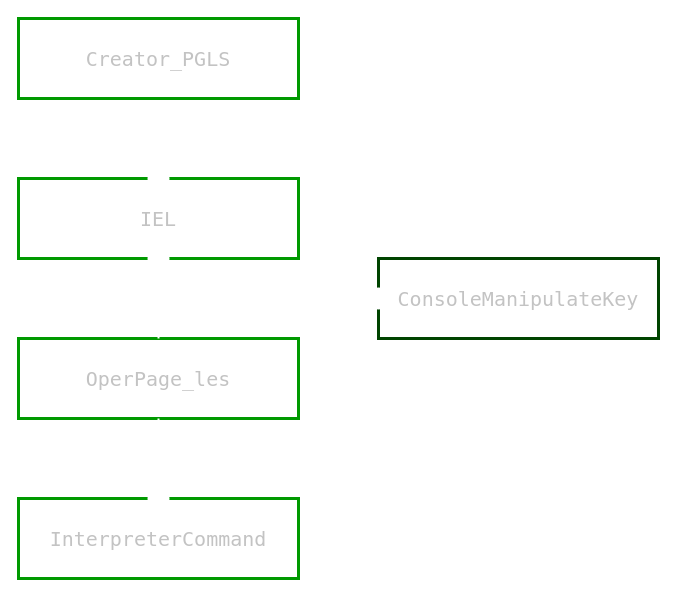
Earlier version of the draw.io diagram page "Иерархия ссылок" (3 of 3) of OtherFiles/Charts/OperPage_les.drawio (Lisyaka46/OperPageLes). Source tidied: cells renumbered, new cells numbered last; positions are measured from the earlier drawing's top-left corner, leaving out a move shared by most shapes. Both pictures are drawn from the tidied source at 100%, with x=0, y=0 at pixel (18, 18).
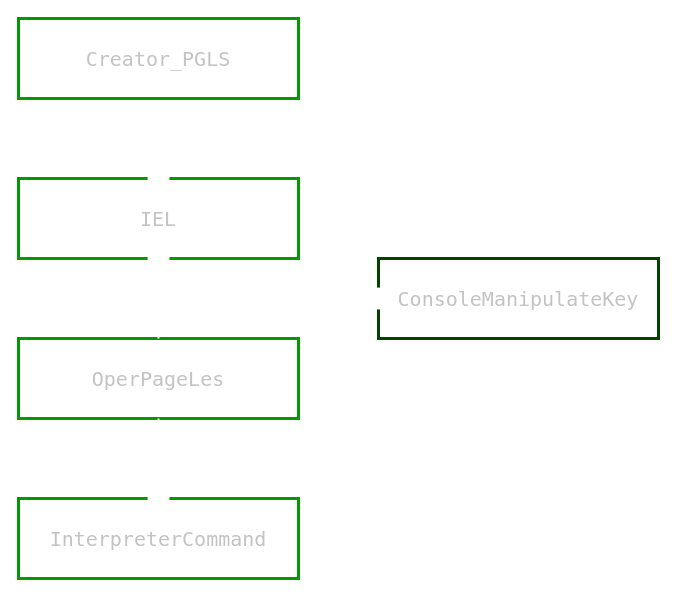
The same diagram, later.

Change to the diagram source:
```diff
@@
 <mxGraphModel>
   <root>
     <mxCell id="0" />
     <mxCell id="1" parent="0" />
     <mxCell id="2" style="edgeStyle=orthogonalEdgeStyle;shape=connector;rounded=1;jettySize=auto;html=1;strokeColor=#FFFFFF;strokeWidth=2;align=center;verticalAlign=middle;fontFamily=Helvetica;fontSize=11;fontColor=none;labelBackgroundColor=default;startArrow=none;startFill=0;startSize=20;endArrow=oval;endFill=1;endSize=20;flowAnimation=0;" parent="1" edge="1" source="3" target="4">
       <mxGeometry relative="1" as="geometry" />
     </mxCell>
-    <mxCell id="3" value="OperPage_les" style="rounded=1;whiteSpace=wrap;fontSize=20;fontColor=#C3C3C3;fontFamily=Lucida Console;strokeWidth=3;arcSize=0;strokeColor=#009900;" parent="1" vertex="1">
+    <mxCell id="3" value="OperPageLes" style="rounded=1;whiteSpace=wrap;fontSize=20;fontColor=#C3C3C3;fontFamily=Lucida Console;strokeWidth=3;arcSize=0;strokeColor=#009900;" parent="1" vertex="1">
       <mxGeometry y="320" width="280" height="80" as="geometry" />
     </mxCell>
     <mxCell id="4" value="ConsoleManipulateKey" style="rounded=1;whiteSpace=wrap;fontSize=20;fontColor=#C3C3C3;fontFamily=Lucida Console;strokeWidth=3;arcSize=0;strokeColor=#004400;" parent="1" vertex="1">
       <mxGeometry x="360" y="240" width="280" height="80" as="geometry" />
     </mxCell>
     <mxCell id="5" style="edgeStyle=orthogonalEdgeStyle;shape=connector;rounded=1;jettySize=auto;html=1;strokeColor=#FFFFFF;strokeWidth=2;align=center;verticalAlign=middle;fontFamily=Helvetica;fontSize=11;fontColor=none;labelBackgroundColor=default;startArrow=none;startFill=0;startSize=20;endArrow=oval;endFill=1;endSize=20;flowAnimation=0;" parent="1" edge="1" source="6" target="4">
       <mxGeometry relative="1" as="geometry" />
     </mxCell>
     <mxCell id="6" value="IEL" style="rounded=1;whiteSpace=wrap;fontSize=20;fontColor=#C3C3C3;fontFamily=Lucida Console;strokeWidth=3;arcSize=0;strokeColor=#009900;" parent="1" vertex="1">
       <mxGeometry y="160" width="280" height="80" as="geometry" />
     </mxCell>
     <mxCell id="7" style="edgeStyle=orthogonalEdgeStyle;shape=connector;rounded=1;jettySize=auto;html=1;strokeColor=#FFFFFF;strokeWidth=2;align=center;verticalAlign=middle;fontFamily=Helvetica;fontSize=11;fontColor=none;labelBackgroundColor=default;startArrow=none;startFill=0;startSize=20;endArrow=oval;endFill=1;endSize=20;flowAnimation=0;" parent="1" edge="1" source="8" target="6">
       <mxGeometry relative="1" as="geometry" />
     </mxCell>
     <mxCell id="8" value="Creator_PGLS" style="rounded=1;whiteSpace=wrap;fontSize=20;fontColor=#C3C3C3;fontFamily=Lucida Console;strokeWidth=3;arcSize=0;strokeColor=#009900;" parent="1" vertex="1">
       <mxGeometry width="280" height="80" as="geometry" />
     </mxCell>
     <mxCell id="9" value="InterpreterCommand" style="rounded=1;whiteSpace=wrap;fontSize=20;fontColor=#C3C3C3;fontFamily=Lucida Console;strokeWidth=3;arcSize=0;strokeColor=#009900;" parent="1" vertex="1">
       <mxGeometry y="480" width="280" height="80" as="geometry" />
     </mxCell>
     <mxCell id="10" style="edgeStyle=orthogonalEdgeStyle;shape=connector;rounded=1;jettySize=auto;html=1;strokeColor=#FFFFFF;strokeWidth=2;align=center;verticalAlign=middle;fontFamily=Helvetica;fontSize=11;fontColor=none;labelBackgroundColor=default;startArrow=none;startFill=0;startSize=20;endArrow=oval;endFill=1;endSize=20;flowAnimation=0;noLabel=1;" parent="1" edge="1" source="3" target="9">
       <mxGeometry relative="1" as="geometry" />
     </mxCell>
     <mxCell id="11" style="edgeStyle=orthogonalEdgeStyle;shape=connector;rounded=1;jettySize=auto;html=1;strokeColor=#FFFFFF;strokeWidth=2;align=center;verticalAlign=middle;fontFamily=Helvetica;fontSize=11;fontColor=none;labelBackgroundColor=default;startArrow=none;startFill=0;startSize=20;endArrow=oval;endFill=1;endSize=20;flowAnimation=0;" parent="1" edge="1" source="3" target="6">
       <mxGeometry relative="1" as="geometry" />
     </mxCell>
   </root>
 </mxGraphModel>
```
